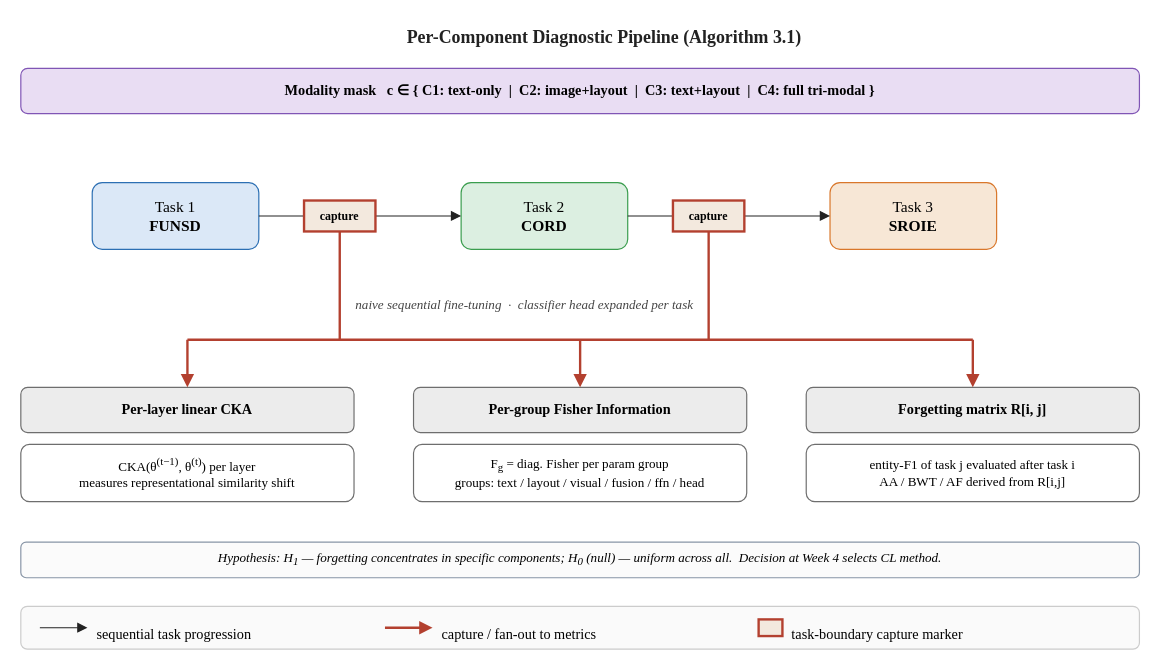
Earlier version of the draw.io diagram thesis/figures_src/drawio/diagnostic_pipeline.drawio (hoangthanh283/CLUE). Source tidied: cells renumbered, new cells numbered last; positions are measured from the earlier drawing's top-left corner, leaving out a move shared by most shapes. Both pictures are drawn from the tidied source at 119%, with x=0, y=0 at pixel (20, 20).
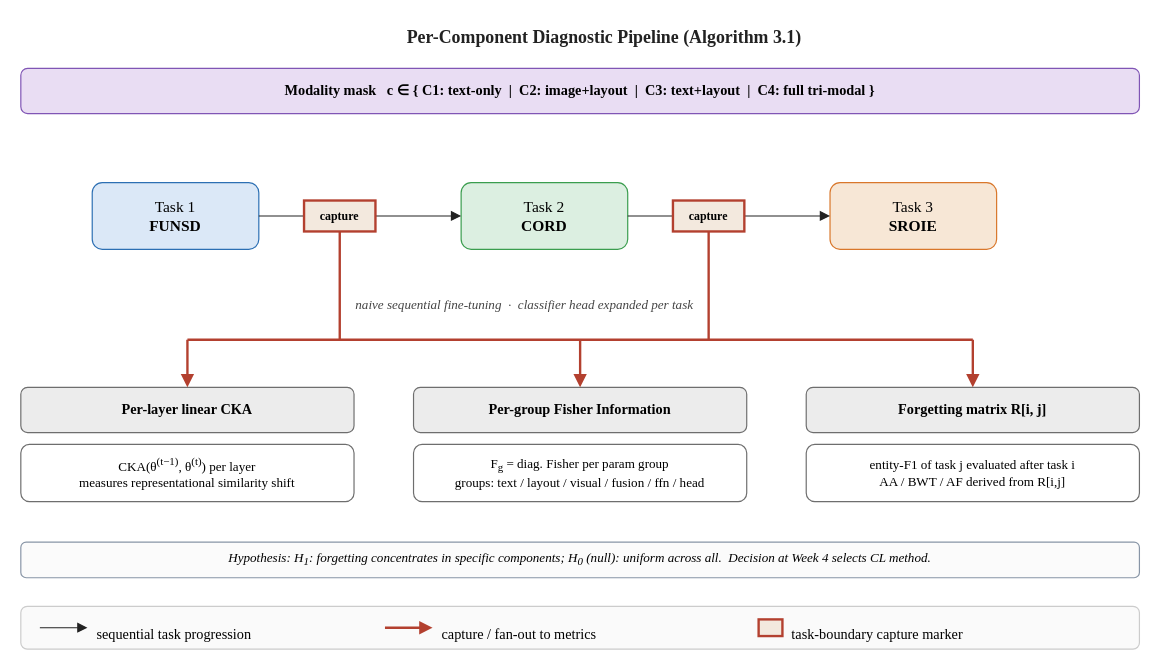
After the change.

What changed in the source:
```diff
@@
-    <mxCell id="24" value="Hypothesis: H&lt;sub&gt;1&lt;/sub&gt; — forgetting concentrates in specific components; H&lt;sub&gt;0&lt;/sub&gt; (null) — uniform across all. &amp;nbsp;Decision at Week 4 selects CL method." style="rounded=1;whiteSpace=wrap;html=1;fillColor=#FBFBFB;strokeColor=#8895A6;fontFamily=Times New Roman;fontSize=11;fontStyle=2;" parent="1" vertex="1">
+    <mxCell id="24" value="Hypothesis: H&lt;sub&gt;1&lt;/sub&gt;: forgetting concentrates in specific components; H&lt;sub&gt;0&lt;/sub&gt; (null): uniform across all. &amp;nbsp;Decision at Week 4 selects CL method." style="rounded=1;whiteSpace=wrap;html=1;fillColor=#FBFBFB;strokeColor=#8895A6;fontFamily=Times New Roman;fontSize=11;fontStyle=2;" parent="1" vertex="1">
       <mxGeometry y="438" width="940" height="30" as="geometry" />
     </mxCell>
```
